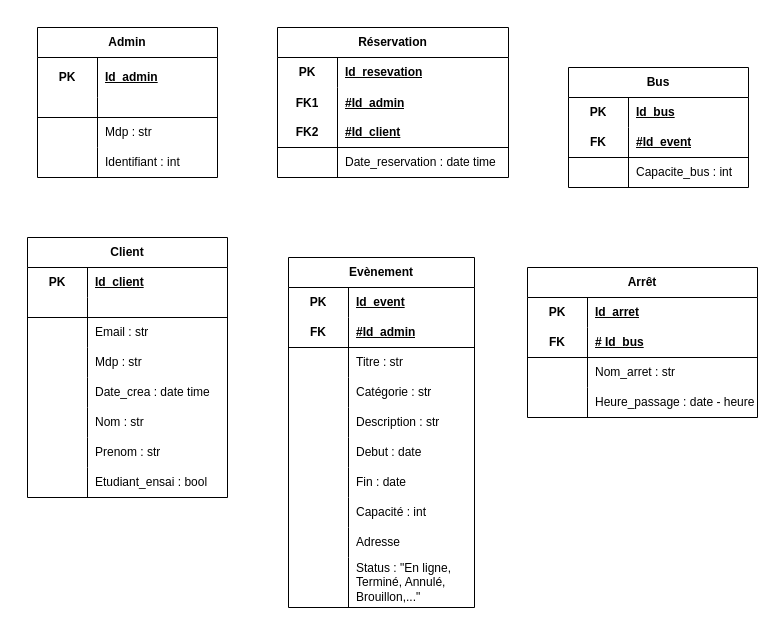
Earlier version of the draw.io diagram doc/Diagramme Bdd.drawio (khalidjerrari/ENSAI-Projet-info-2A). Source tidied: cells renumbered, new cells numbered last; positions are measured from the earlier drawing's top-left corner, leaving out a move shared by most shapes. Both pictures are drawn from the tidied source at 100%, with x=0, y=0 at pixel (27, 27).
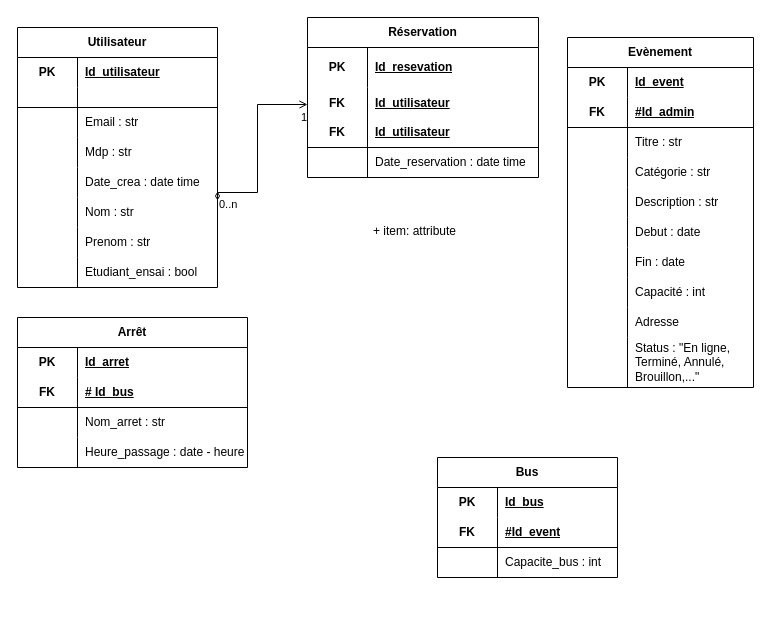
After the change.

Commit message (it also covers changes not shown here):
Mettre à jour Diagramme Bdd.drawio

Unchanged cells that the change refers to:
```xml
<mxCell id="26" style="shape=tableRow;horizontal=0;startSize=0;swimlaneHead=0;swimlaneBody=0;fillColor=none;top=0;left=0;right=0;bottom=0;html=1;" parent="25" vertex="1">
  <mxGeometry y="30" width="200" height="30" as="geometry" />
</mxCell>
```

Change to the diagram source:
```diff
@@
-    <mxCell id="2" value="Admin" style="shape=table;startSize=30;childLayout=tableLayout;rowLines=0;fontStyle=1;align=center;html=1;whiteSpace=wrap;" parent="1" vertex="1">
-      <mxGeometry x="10" width="180" height="150" as="geometry" />
-    </mxCell>
-    <mxCell id="3" style="shape=tableRow;horizontal=0;startSize=0;swimlaneHead=0;swimlaneBody=0;fillColor=none;top=0;left=0;right=0;bottom=0;html=1;" parent="2" vertex="1">
-      <mxGeometry y="30" width="180" height="40" as="geometry" />
-    </mxCell>
-    <mxCell id="4" value="PK" style="shape=partialRectangle;fillColor=none;top=0;left=0;bottom=0;right=0;fontStyle=1;overflow=hidden;html=1;whiteSpace=wrap;" parent="3" vertex="1">
-      <mxGeometry width="60" height="40" as="geometry" />
-    </mxCell>
-    <mxCell id="5" value="Id_admin" style="shape=partialRectangle;fillColor=none;top=0;left=0;bottom=0;right=0;align=left;spacingLeft=6;fontStyle=5;overflow=hidden;html=1;whiteSpace=wrap;" parent="3" vertex="1">
-      <mxGeometry x="60" width="120" height="40" as="geometry" />
-    </mxCell>
-    <mxCell id="6" style="shape=tableRow;horizontal=0;startSize=0;swimlaneHead=0;swimlaneBody=0;fillColor=none;top=0;left=0;right=0;bottom=1;html=1;" parent="2" vertex="1">
-      <mxGeometry y="70" width="180" height="20" as="geometry" />
-    </mxCell>
-    <mxCell id="7" style="shape=partialRectangle;fillColor=none;top=0;left=0;bottom=0;right=0;fontStyle=1;overflow=hidden;html=1;whiteSpace=wrap;" parent="6" vertex="1">
-      <mxGeometry width="60" height="20" as="geometry" />
-    </mxCell>
-    <mxCell id="8" style="shape=partialRectangle;fillColor=none;top=0;left=0;bottom=0;right=0;align=left;spacingLeft=6;fontStyle=5;overflow=hidden;html=1;whiteSpace=wrap;" parent="6" vertex="1">
-      <mxGeometry x="60" width="120" height="20" as="geometry" />
-    </mxCell>
-    <mxCell id="9" style="shape=tableRow;horizontal=0;startSize=0;swimlaneHead=0;swimlaneBody=0;fillColor=none;top=0;left=0;right=0;bottom=0;html=1;" parent="2" vertex="1">
-      <mxGeometry y="90" width="180" height="30" as="geometry" />
-    </mxCell>
-    <mxCell id="10" style="shape=partialRectangle;fillColor=none;top=0;left=0;bottom=0;right=0;overflow=hidden;html=1;whiteSpace=wrap;" parent="9" vertex="1">
-      <mxGeometry width="60" height="30" as="geometry" />
-    </mxCell>
-    <mxCell id="11" value="Mdp : str" style="shape=partialRectangle;fillColor=none;top=0;left=0;bottom=0;right=0;align=left;spacingLeft=6;overflow=hidden;html=1;whiteSpace=wrap;" parent="9" vertex="1">
-      <mxGeometry x="60" width="120" height="30" as="geometry" />
-    </mxCell>
-    <mxCell id="12" style="shape=tableRow;horizontal=0;startSize=0;swimlaneHead=0;swimlaneBody=0;fillColor=none;top=0;left=0;right=0;bottom=0;html=1;" parent="2" vertex="1">
-      <mxGeometry y="120" width="180" height="30" as="geometry" />
-    </mxCell>
-    <mxCell id="13" style="shape=partialRectangle;fillColor=none;top=0;left=0;bottom=0;right=0;overflow=hidden;html=1;whiteSpace=wrap;" parent="12" vertex="1">
-      <mxGeometry width="60" height="30" as="geometry" />
-    </mxCell>
-    <mxCell id="14" value="Identifiant : int" style="shape=partialRectangle;fillColor=none;top=0;left=0;bottom=0;right=0;align=left;spacingLeft=6;overflow=hidden;html=1;whiteSpace=wrap;" parent="12" vertex="1">
-      <mxGeometry x="60" width="120" height="30" as="geometry" />
-    </mxCell>
     <mxCell id="15" value="Réservation" style="shape=table;startSize=30;childLayout=tableLayout;rowLines=0;fontStyle=1;align=center;html=1;whiteSpace=wrap;" parent="1" vertex="1">
-      <mxGeometry x="250" width="231" height="150" as="geometry" />
+      <mxGeometry x="280" y="-10" width="231" height="160" as="geometry" />
     </mxCell>
     <mxCell id="16" style="shape=tableRow;horizontal=0;startSize=0;swimlaneHead=0;swimlaneBody=0;fillColor=none;top=0;left=0;right=0;bottom=0;html=1;" parent="15" vertex="1">
-      <mxGeometry y="30" width="231" height="30" as="geometry" />
+      <mxGeometry y="30" width="231" height="40" as="geometry" />
     </mxCell>
     <mxCell id="17" value="PK" style="shape=partialRectangle;fillColor=none;top=0;left=0;bottom=0;right=0;fontStyle=1;overflow=hidden;html=1;whiteSpace=wrap;" parent="16" vertex="1">
-      <mxGeometry width="60" height="30" as="geometry" />
+      <mxGeometry width="60" height="40" as="geometry" />
     </mxCell>
     <mxCell id="18" value="Id_resevation" style="shape=partialRectangle;fillColor=none;top=0;left=0;bottom=0;right=0;align=left;spacingLeft=6;fontStyle=5;overflow=hidden;html=1;whiteSpace=wrap;" parent="16" vertex="1">
-      <mxGeometry x="60" width="171" height="30" as="geometry" />
+      <mxGeometry x="60" width="171" height="40" as="geometry" />
     </mxCell>
     <mxCell id="19" style="shape=tableRow;horizontal=0;startSize=0;swimlaneHead=0;swimlaneBody=0;fillColor=none;top=0;left=0;right=0;bottom=1;html=1;" parent="15" vertex="1">
-      <mxGeometry y="60" width="231" height="60" as="geometry" />
+      <mxGeometry y="70" width="231" height="60" as="geometry" />
     </mxCell>
-    <mxCell id="20" value="FK1&lt;div&gt;&lt;br&gt;&lt;/div&gt;&lt;div&gt;FK2&lt;/div&gt;" style="shape=partialRectangle;fillColor=none;top=0;left=0;bottom=0;right=0;fontStyle=1;overflow=hidden;html=1;whiteSpace=wrap;" parent="19" vertex="1">
+    <mxCell id="20" value="&lt;div&gt;FK&lt;/div&gt;&lt;div&gt;&lt;br&gt;&lt;/div&gt;&lt;div&gt;&lt;div&gt;FK&lt;/div&gt;&lt;/div&gt;" style="shape=partialRectangle;fillColor=none;top=0;left=0;bottom=0;right=0;fontStyle=1;overflow=hidden;html=1;whiteSpace=wrap;" parent="19" vertex="1">
       <mxGeometry width="60" height="60" as="geometry" />
     </mxCell>
-    <mxCell id="21" value="#Id_admin&lt;div&gt;&lt;br&gt;&lt;/div&gt;&lt;div&gt;#Id_client&lt;/div&gt;" style="shape=partialRectangle;fillColor=none;top=0;left=0;bottom=0;right=0;align=left;spacingLeft=6;fontStyle=5;overflow=hidden;html=1;whiteSpace=wrap;" parent="19" vertex="1">
+    <mxCell id="21" value="&lt;div&gt;Id_utilisateur&lt;br&gt;&lt;/div&gt;&lt;div&gt;&lt;br&gt;&lt;/div&gt;&lt;div&gt;Id_utilisateur&lt;/div&gt;" style="shape=partialRectangle;fillColor=none;top=0;left=0;bottom=0;right=0;align=left;spacingLeft=6;fontStyle=5;overflow=hidden;html=1;whiteSpace=wrap;" parent="19" vertex="1">
       <mxGeometry x="60" width="171" height="60" as="geometry" />
     </mxCell>
     <mxCell id="22" style="shape=tableRow;horizontal=0;startSize=0;swimlaneHead=0;swimlaneBody=0;fillColor=none;top=0;left=0;right=0;bottom=0;html=1;" parent="15" vertex="1">
-      <mxGeometry y="120" width="231" height="30" as="geometry" />
+      <mxGeometry y="130" width="231" height="30" as="geometry" />
     </mxCell>
@@
-    <mxCell id="25" value="Client" style="shape=table;startSize=30;childLayout=tableLayout;rowLines=0;fontStyle=1;align=center;html=1;whiteSpace=wrap;" parent="1" vertex="1">
-      <mxGeometry y="210" width="200" height="260" as="geometry" />
+    <mxCell id="25" value="Utilisateur" style="shape=table;startSize=30;childLayout=tableLayout;rowLines=0;fontStyle=1;align=center;html=1;whiteSpace=wrap;" parent="1" vertex="1">
+      <mxGeometry x="-10" width="200" height="260" as="geometry" />
     </mxCell>
@@
-    <mxCell id="28" value="Id_client" style="shape=partialRectangle;fillColor=none;top=0;left=0;bottom=0;right=0;align=left;spacingLeft=6;fontStyle=5;overflow=hidden;html=1;whiteSpace=wrap;" parent="26" vertex="1">
+    <mxCell id="28" value="Id_utilisateur" style="shape=partialRectangle;fillColor=none;top=0;left=0;bottom=0;right=0;align=left;spacingLeft=6;fontStyle=5;overflow=hidden;html=1;whiteSpace=wrap;" parent="26" vertex="1">
       <mxGeometry x="60" width="140" height="30" as="geometry" />
     </mxCell>
@@
     <mxCell id="50" value="Evènement" style="shape=table;startSize=30;childLayout=tableLayout;rowLines=0;fontStyle=1;align=center;html=1;whiteSpace=wrap;" parent="1" vertex="1">
-      <mxGeometry x="261" y="230" width="186" height="350" as="geometry" />
+      <mxGeometry x="540" y="10" width="186" height="350" as="geometry" />
     </mxCell>
@@
     <mxCell id="81" value="Bus" style="shape=table;startSize=30;childLayout=tableLayout;rowLines=0;fontStyle=1;align=center;html=1;whiteSpace=wrap;" parent="1" vertex="1">
-      <mxGeometry x="541" y="40" width="180" height="120" as="geometry" />
+      <mxGeometry x="410" y="430" width="180" height="120" as="geometry" />
     </mxCell>
@@
     <mxCell id="91" value="Arrêt" style="shape=table;startSize=30;childLayout=tableLayout;rowLines=0;fontStyle=1;align=center;html=1;whiteSpace=wrap;" parent="1" vertex="1">
-      <mxGeometry x="500" y="240" width="230" height="150" as="geometry" />
+      <mxGeometry x="-10" y="290" width="230" height="150" as="geometry" />
     </mxCell>
@@
+    <mxCell id="104" style="endArrow=open;html=1;startArrow=diamondThin;startFill=0;edgeStyle=orthogonalEdgeStyle;rounded=0;shape=wire;dashed=1;" parent="1" edge="1">
+      <mxGeometry relative="1" as="geometry">
+        <mxPoint x="190" y="164" as="sourcePoint" />
+        <mxPoint x="280" y="77" as="targetPoint" />
+        <Array as="points">
+          <mxPoint x="190" y="165" />
+          <mxPoint x="230" y="165" />
+          <mxPoint x="230" y="77" />
+        </Array>
+      </mxGeometry>
+    </mxCell>
+    <mxCell id="105" value="0..n" style="edgeLabel;html=1;align=left;verticalAlign=top;" parent="104" vertex="1">
+      <mxGeometry x="-1" relative="1" as="geometry" />
+    </mxCell>
+    <mxCell id="106" value="1" style="edgeLabel;html=1;align=right;verticalAlign=top;" parent="104" vertex="1">
+      <mxGeometry x="1" relative="1" as="geometry" />
+    </mxCell>
+    <mxCell id="107" value="+ item: attribute" style="text;strokeColor=none;fillColor=none;align=left;verticalAlign=top;spacingLeft=4;spacingRight=4;overflow=hidden;whiteSpace=wrap;html=1;" parent="1" vertex="1">
+      <mxGeometry x="340" y="190" width="100" height="26" as="geometry" />
+    </mxCell>
```
